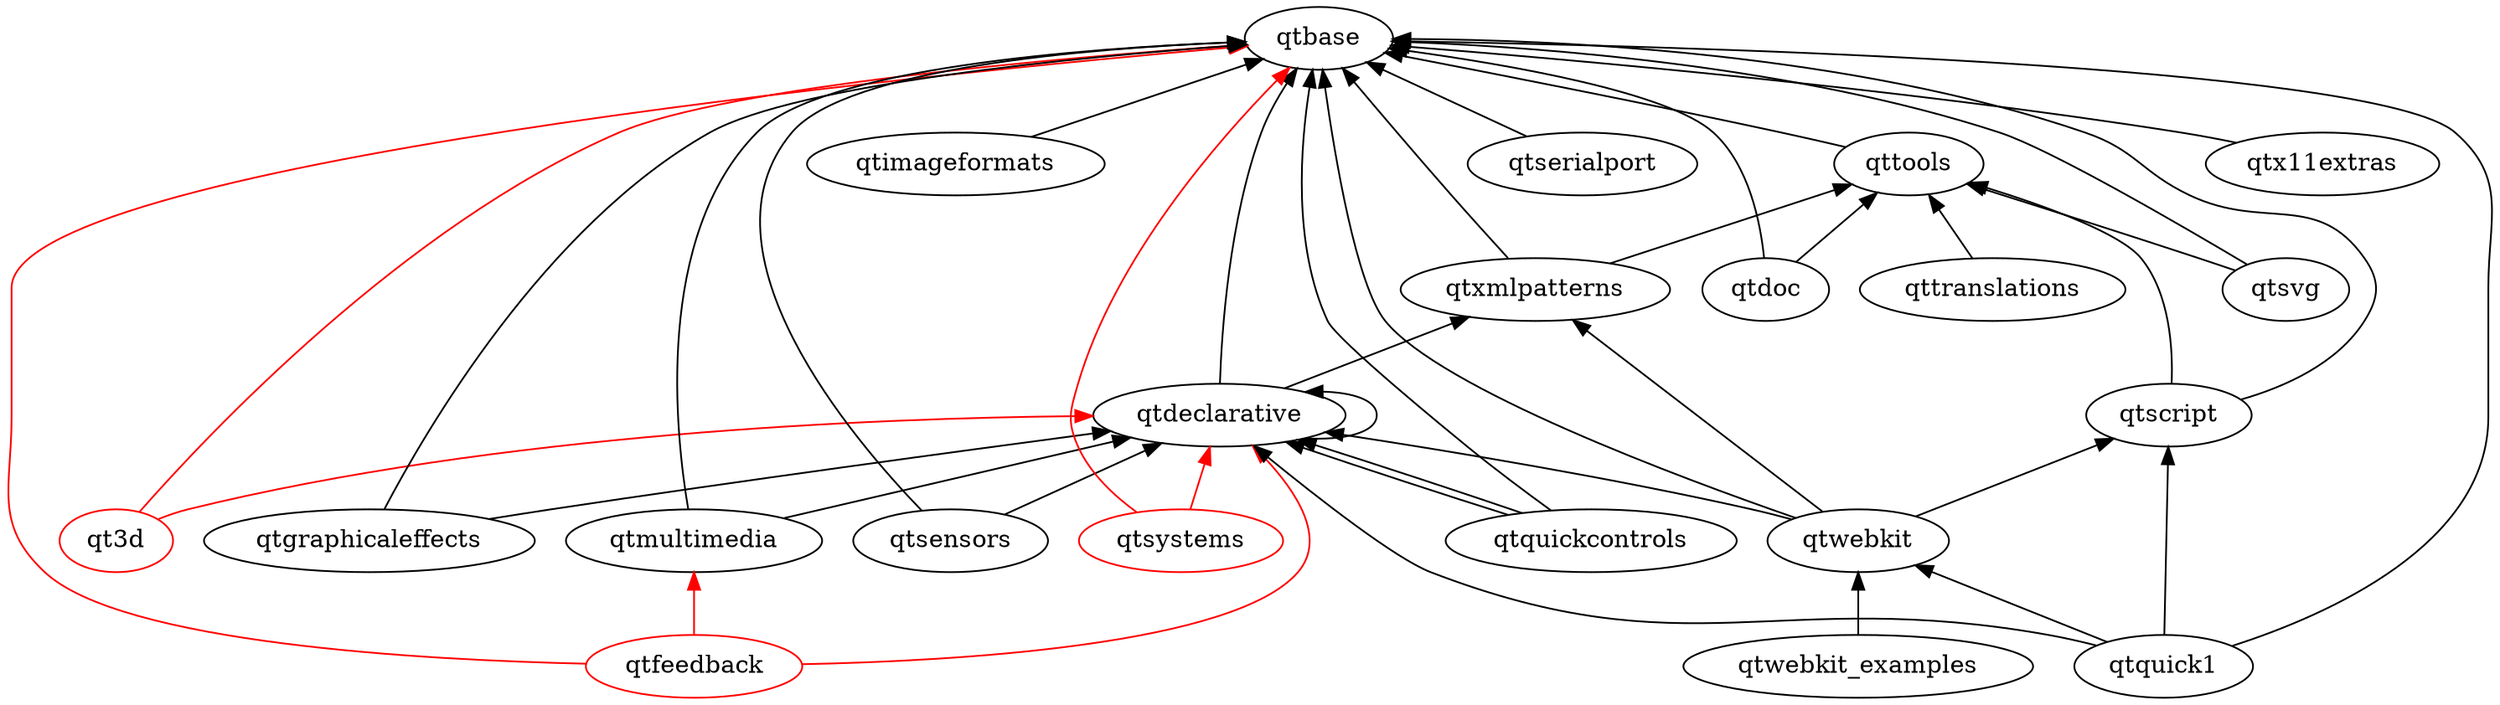
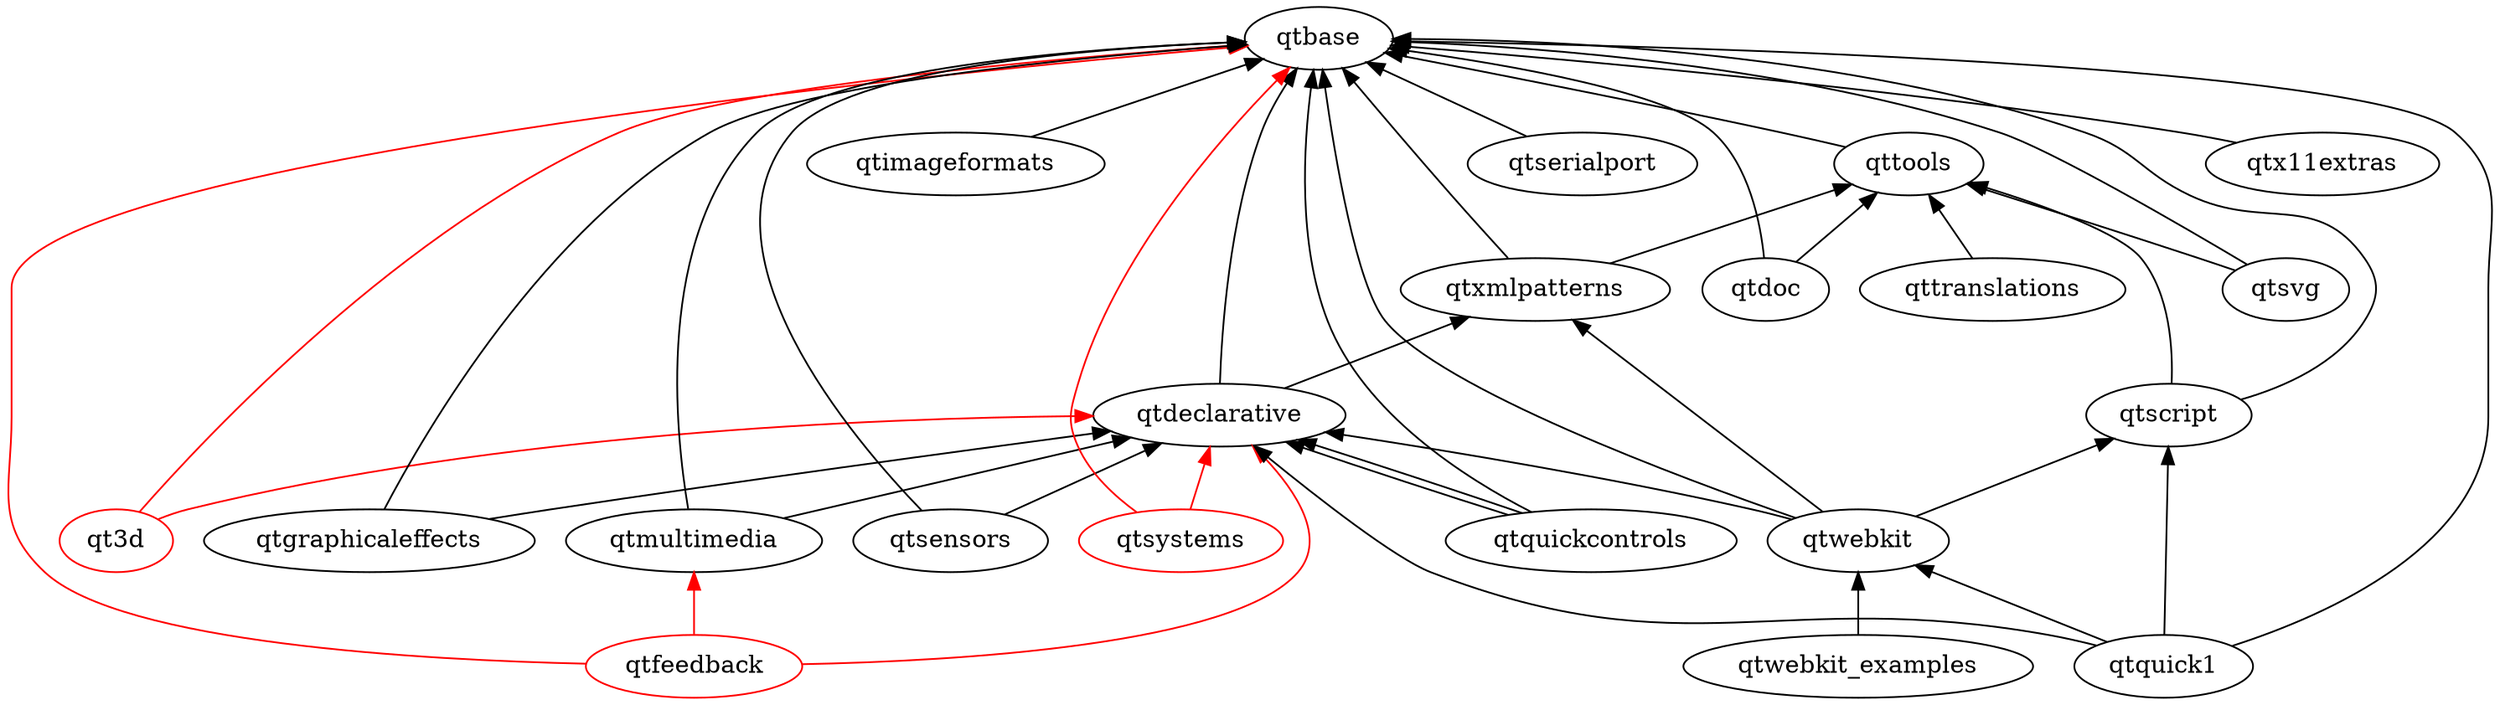
digraph qt5 {
  graph [
    rankdir = "BT"
  ]

  qt3d [ color = red ]
  qtbase
  qtdeclarative
  qtdoc
  qtfeedback [ color = red ]
  qtgraphicaleffects
  qtimageformats
  qtmultimedia
  qtquick1
  qtquickcontrols
  qtscript
  qtsensors
  qtserialport
  qtsvg
  qtsystems [ color = red ]
  qttools
  qttranslations
  qtwebkit
  qtwebkit_examples
  qtx11extras
  qtxmlpatterns

  qtdeclarative -> qtbase
-   qtdeclarative -> qtdeclarative
  qtdeclarative -> qtxmlpatterns
  qtdoc -> qtbase
  qtdoc -> qttools
  qtgraphicaleffects -> qtbase
  qtgraphicaleffects -> qtdeclarative
  qtimageformats -> qtbase
  qtmultimedia -> qtbase
  qtmultimedia -> qtdeclarative
  qtquick1 -> qtbase
  qtquick1 -> qtdeclarative
  qtquick1 -> qtscript
  qtquick1 -> qtwebkit
  qtquickcontrols -> qtbase
  qtquickcontrols -> qtdeclarative
  qtquickcontrols -> qtdeclarative
  qtsensors -> qtbase
  qtsensors -> qtdeclarative
  qtserialport -> qtbase
  qtscript -> qtbase
  qtscript -> qttools
  qtsvg -> qtbase
  qtsvg -> qttools
  qttools -> qtbase
  qttranslations -> qttools
  qtwebkit -> qtbase
  qtwebkit -> qtdeclarative
  qtwebkit -> qtscript
  qtwebkit -> qtxmlpatterns
  qtwebkit_examples -> qtwebkit
  qtx11extras -> qtbase
  qtxmlpatterns -> qtbase
  qtxmlpatterns -> qttools

  // unsure/not-uploaded
  qt3d -> qtbase [ color = red ]
  qt3d -> qtdeclarative [ color = red ]
  qtfeedback -> qtbase [ color = red ]
  qtfeedback -> qtdeclarative [ color = red ]
  qtfeedback -> qtmultimedia [ color = red ]
  qtsystems -> qtbase [ color = red ]
  qtsystems -> qtdeclarative [ color = red ]
}
